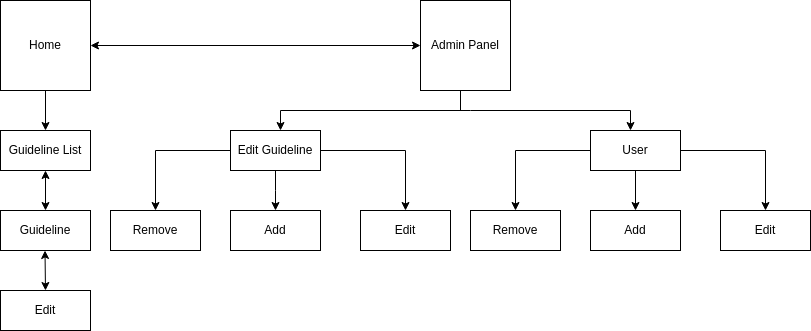
This is UX_Dashboard.drawio.png from Mat3u52/Dashboard, a draw.io export, as it was before one commit. Source tidied: cells renumbered, new cells last; positions are measured from the earlier drawing's top-left corner, leaving out a move shared by most shapes.
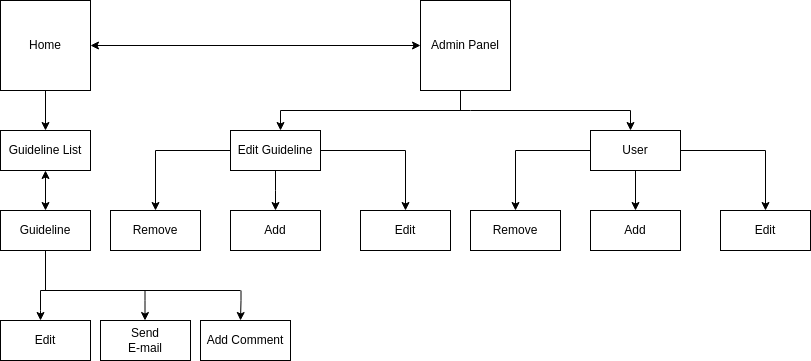
Later version of the same file.

Commit message:
added send email and comment.

The edit, as a diff of the source:
```diff
@@ -97,13 +97,55 @@
         <mxPoint x="630" y="130" as="targetPoint" />
       </mxGeometry>
     </mxCell>
-    <mxCell id="27" style="endArrow=classic;startArrow=classic;html=1;rounded=0;exitX=0.5;exitY=0;exitDx=0;exitDy=0;" parent="1" edge="1" source="28">
-      <mxGeometry relative="1" as="geometry">
-        <mxPoint x="44.5" y="250" as="targetPoint" />
-      </mxGeometry>
-    </mxCell>
     <mxCell id="28" value="Edit" style="rounded=0;whiteSpace=wrap;html=1;" parent="1" vertex="1">
-      <mxGeometry y="290" width="90" height="40" as="geometry" />
+      <mxGeometry y="320" width="90" height="40" as="geometry" />
     </mxCell>
+    <mxCell id="29" value="Send &lt;br&gt;E-mail" style="rounded=0;whiteSpace=wrap;html=1;" parent="1" vertex="1">
+      <mxGeometry x="100" y="320" width="90" height="40" as="geometry" />
+    </mxCell>
+    <mxCell id="30" value="Add Comment" style="rounded=0;whiteSpace=wrap;html=1;" parent="1" vertex="1">
+      <mxGeometry x="200" y="320" width="90" height="40" as="geometry" />
+    </mxCell>
+    <mxCell id="31" style="endArrow=none;html=1;rounded=0;" parent="1" edge="1">
+      <mxGeometry relative="1" as="geometry">
+        <mxPoint x="40" y="290" as="sourcePoint" />
+        <mxPoint x="240" y="290" as="targetPoint" />
+      </mxGeometry>
+    </mxCell>
+    <mxCell id="32" style="endArrow=none;html=1;rounded=0;entryX=0.5;entryY=1;entryDx=0;entryDy=0;" parent="1" edge="1" target="6">
+      <mxGeometry relative="1" as="geometry">
+        <mxPoint x="45" y="290" as="sourcePoint" />
+      </mxGeometry>
+    </mxCell>
+    <mxCell id="33" style="edgeStyle=orthogonalEdgeStyle;rounded=0;orthogonalLoop=1;jettySize=auto;html=1;" parent="1" edge="1">
+      <mxGeometry relative="1" as="geometry">
+        <mxPoint x="40" y="290" as="sourcePoint" />
+        <mxPoint x="40" y="320" as="targetPoint" />
+        <Array as="points">
+          <mxPoint x="40" y="310" />
+          <mxPoint x="40" y="310" />
+        </Array>
+      </mxGeometry>
+    </mxCell>
+    <mxCell id="34" style="edgeStyle=orthogonalEdgeStyle;rounded=0;orthogonalLoop=1;jettySize=auto;html=1;" parent="1" edge="1">
+      <mxGeometry relative="1" as="geometry">
+        <mxPoint x="150" y="290" as="sourcePoint" />
+        <mxPoint x="144.5" y="320" as="targetPoint" />
+        <Array as="points">
+          <mxPoint x="144.5" y="300" />
+          <mxPoint x="144.5" y="300" />
+        </Array>
+      </mxGeometry>
+    </mxCell>
+    <mxCell id="35" style="edgeStyle=orthogonalEdgeStyle;rounded=0;orthogonalLoop=1;jettySize=auto;html=1;" parent="1" edge="1">
+      <mxGeometry relative="1" as="geometry">
+        <mxPoint x="240.5" y="290" as="sourcePoint" />
+        <mxPoint x="240" y="320" as="targetPoint" />
+        <Array as="points">
+          <mxPoint x="240" y="300" />
+          <mxPoint x="240" y="300" />
+        </Array>
+      </mxGeometry>
+    </mxCell>
   </root>
 </mxGraphModel>
```
